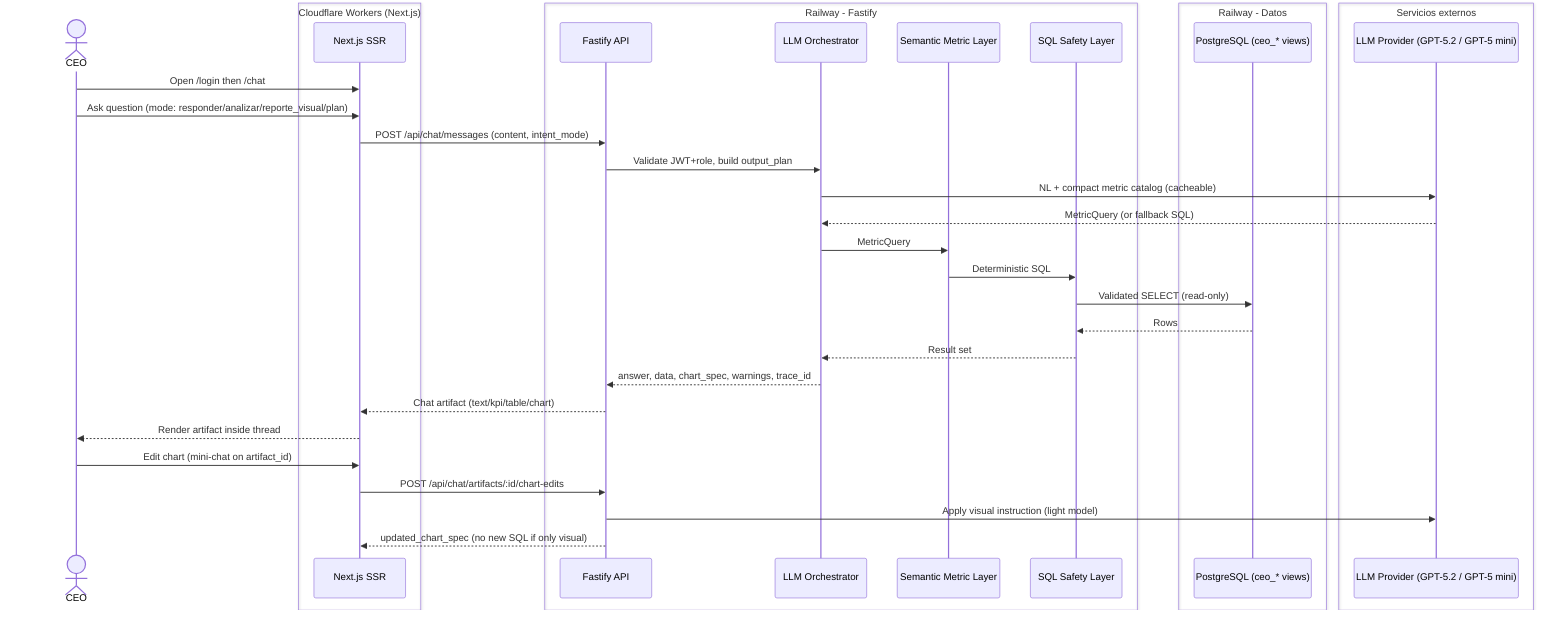
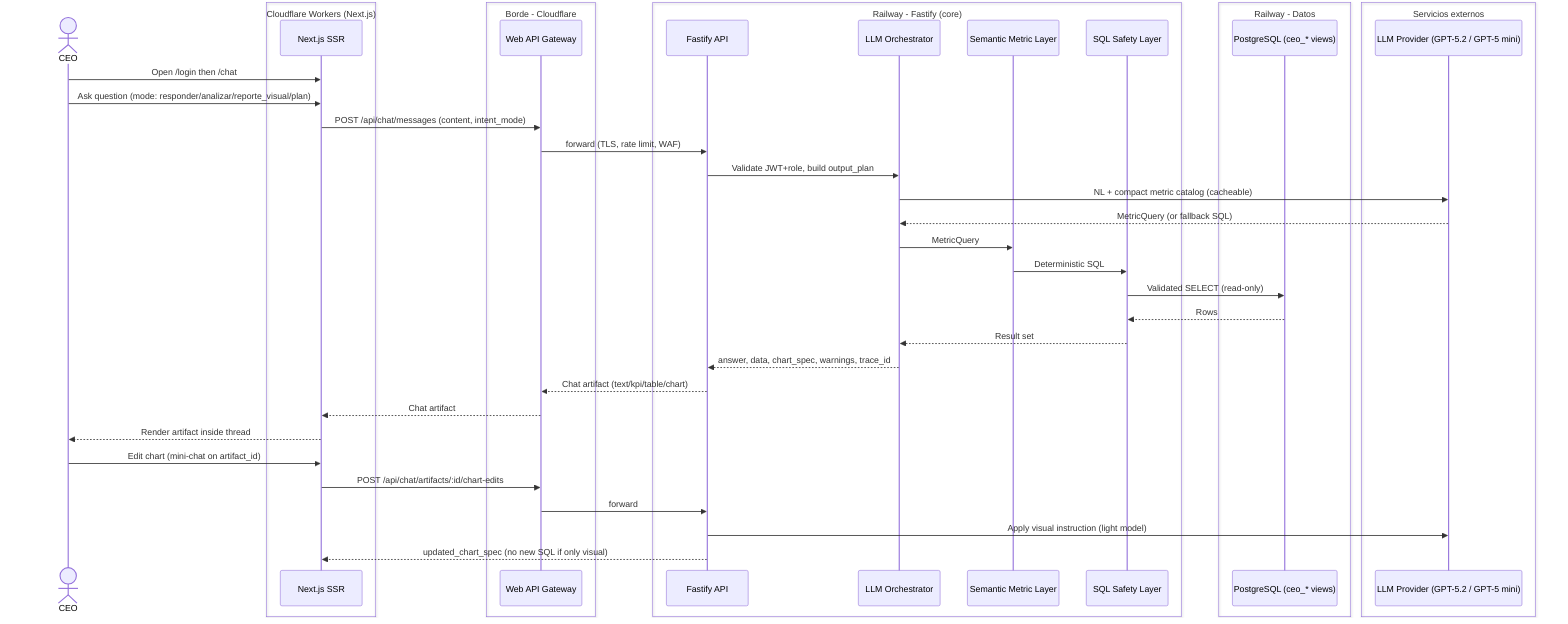
sequenceDiagram
  actor CEO
  box Cloudflare Workers (Next.js)
  participant Next as Next.js SSR
  end
-   box Railway - Fastify
+   box Borde - Cloudflare
+   participant WebGW as Web API Gateway
+   end
+   box Railway - Fastify (core)
  participant API as Fastify API
  participant Orch as LLM Orchestrator
  participant Sem as Semantic Metric Layer
  participant Safety as SQL Safety Layer
  end
  box Railway - Datos
  participant DB as PostgreSQL (ceo_* views)
  end
  box Servicios externos
  participant LLM as LLM Provider (GPT-5.2 / GPT-5 mini)
  end

  CEO->>Next: Open /login then /chat
  CEO->>Next: Ask question (mode: responder/analizar/reporte_visual/plan)
-   Next->>API: POST /api/chat/messages (content, intent_mode)
+   Next->>WebGW: POST /api/chat/messages (content, intent_mode)
+   WebGW->>API: forward (TLS, rate limit, WAF)
  API->>Orch: Validate JWT+role, build output_plan
  Orch->>LLM: NL + compact metric catalog (cacheable)
  LLM-->>Orch: MetricQuery (or fallback SQL)
  Orch->>Sem: MetricQuery
  Sem->>Safety: Deterministic SQL
  Safety->>DB: Validated SELECT (read-only)
  DB-->>Safety: Rows
  Safety-->>Orch: Result set
  Orch-->>API: answer, data, chart_spec, warnings, trace_id
-   API-->>Next: Chat artifact (text/kpi/table/chart)
+   API-->>WebGW: Chat artifact (text/kpi/table/chart)
+   WebGW-->>Next: Chat artifact
  Next-->>CEO: Render artifact inside thread
  CEO->>Next: Edit chart (mini-chat on artifact_id)
-   Next->>API: POST /api/chat/artifacts/:id/chart-edits
+   Next->>WebGW: POST /api/chat/artifacts/:id/chart-edits
+   WebGW->>API: forward
  API->>LLM: Apply visual instruction (light model)
  API-->>Next: updated_chart_spec (no new SQL if only visual)
